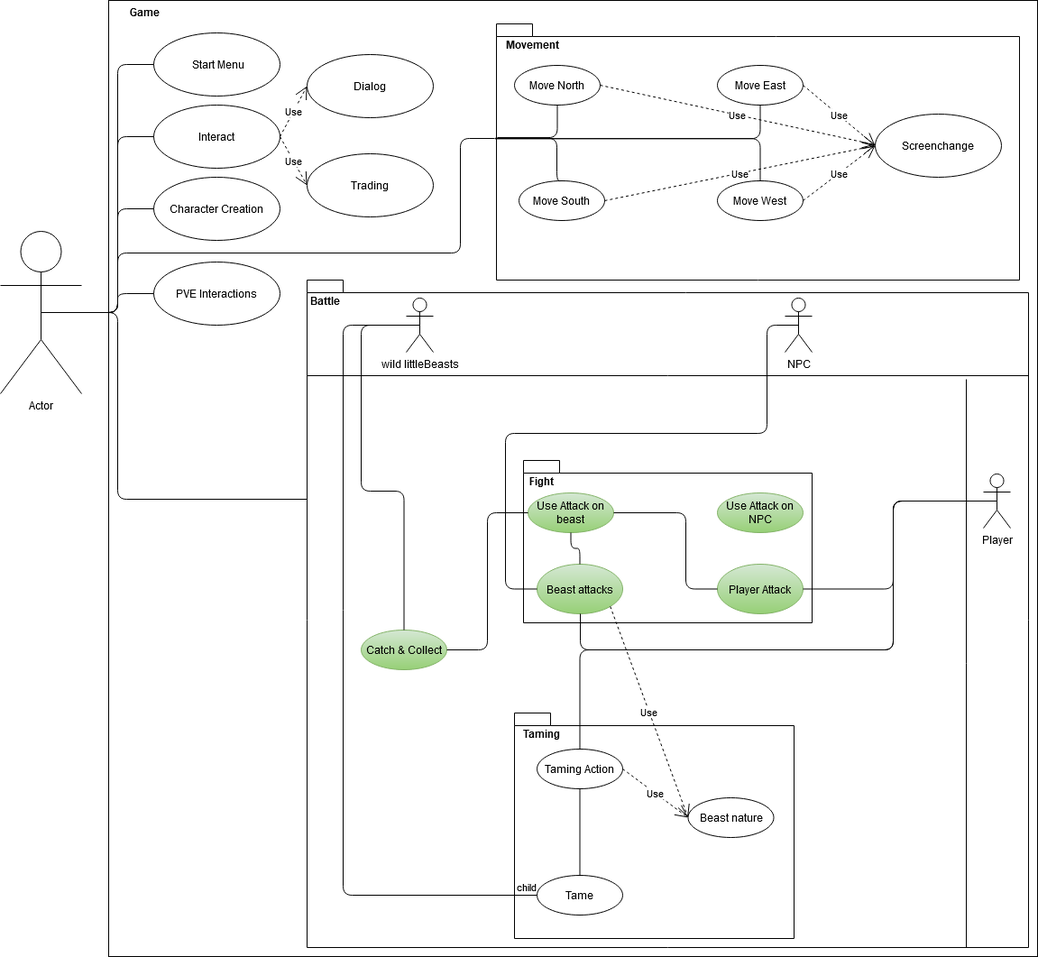
Before: useCases/diagrams/use_cases.png, a diagram exported from draw.io (LittleBeasts/documentation). Source tidied: cells renumbered, new cells last; positions are measured from the earlier drawing's top-left corner, leaving out a move shared by most shapes.
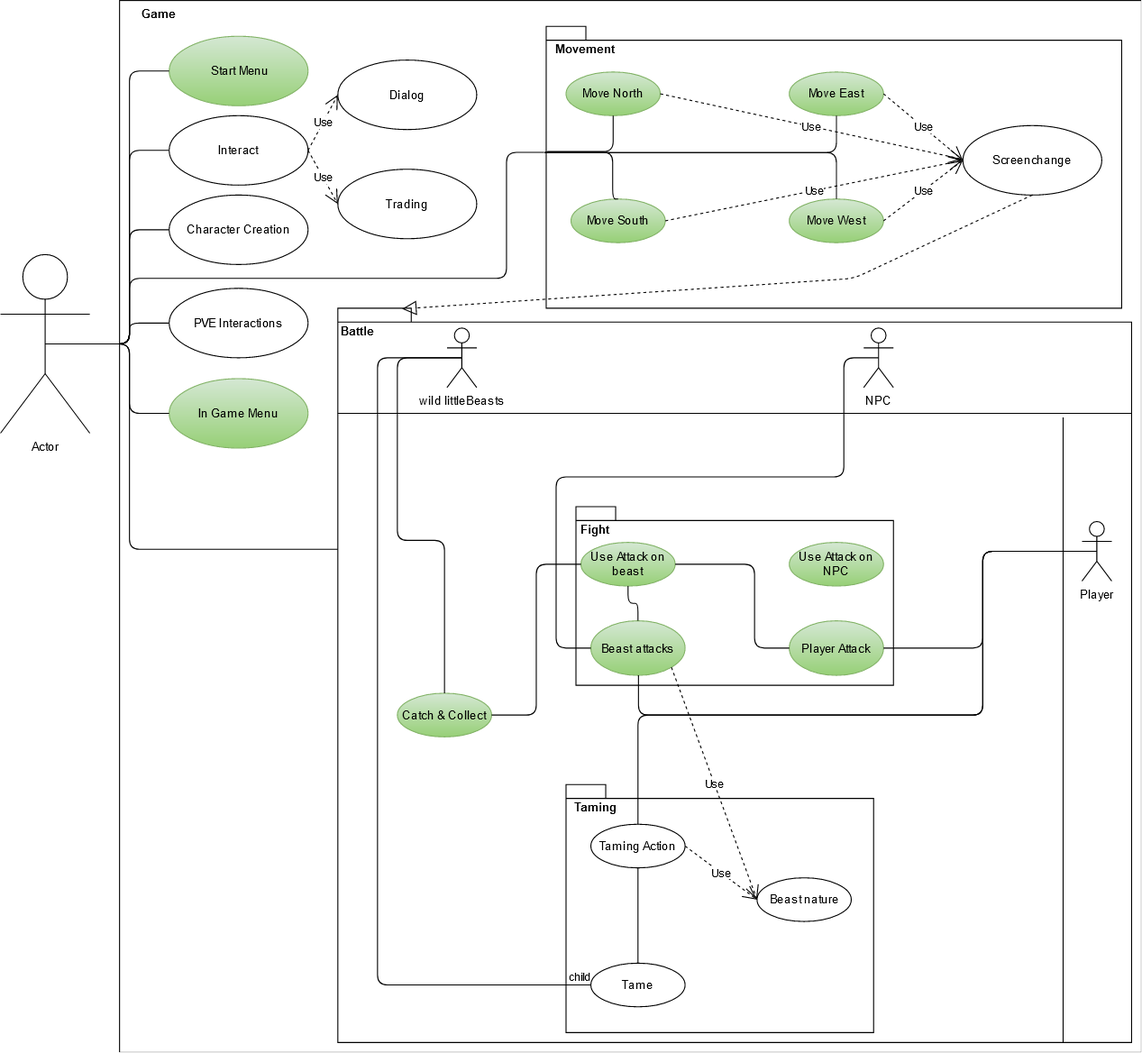
The same file after the commit.

Change to the diagram source:
```diff
@@ -5,13 +5,13 @@
     <mxCell id="2" value="Actor" style="shape=umlActor;verticalLabelPosition=bottom;verticalAlign=top;html=1;outlineConnect=0;" parent="1" vertex="1">
       <mxGeometry y="256" width="90" height="180" as="geometry" />
     </mxCell>
-    <mxCell id="3" style="html=1;" parent="1" vertex="1">
+    <mxCell id="3" value="d" style="html=1;" parent="1" vertex="1">
       <mxGeometry x="120" width="1030" height="1060" as="geometry" />
     </mxCell>
     <mxCell id="4" value="Game" style="text;align=center;fontStyle=1;verticalAlign=middle;spacingLeft=3;spacingRight=3;strokeColor=none;" parent="1" vertex="1">
       <mxGeometry x="120" width="80" height="26" as="geometry" />
     </mxCell>
-    <mxCell id="5" value="&lt;div&gt;&amp;nbsp;Start Menu&lt;/div&gt;" style="ellipse;whiteSpace=wrap;html=1;" parent="1" vertex="1">
+    <mxCell id="5" value="&lt;div&gt;&amp;nbsp;Start Menu&lt;/div&gt;" style="ellipse;whiteSpace=wrap;html=1;gradientColor=#97d077;fillColor=#d5e8d4;strokeColor=#82b366;" parent="1" vertex="1">
       <mxGeometry x="170" y="36" width="140" height="70" as="geometry" />
     </mxCell>
     <mxCell id="6" style="endArrow=none;html=1;edgeStyle=orthogonalEdgeStyle;entryX=0;entryY=0.5;entryDx=0;entryDy=0;" parent="1" edge="1" source="2" target="5">
@@ -197,16 +197,16 @@
     <mxCell id="49" style="shape=folder;fontStyle=1;spacingTop=10;tabWidth=40;tabHeight=14;tabPosition=left;html=1;" parent="1" vertex="1">
       <mxGeometry x="550" y="26" width="580" height="284" as="geometry" />
     </mxCell>
-    <mxCell id="50" value="Move North" style="ellipse;whiteSpace=wrap;html=1;" parent="1" vertex="1">
+    <mxCell id="50" value="Move North" style="ellipse;whiteSpace=wrap;html=1;fillColor=#d5e8d4;strokeColor=#82b366;gradientColor=#97d077;" parent="1" vertex="1">
       <mxGeometry x="570" y="72" width="95" height="44" as="geometry" />
     </mxCell>
-    <mxCell id="51" value="Move South" style="ellipse;whiteSpace=wrap;html=1;" parent="1" vertex="1">
+    <mxCell id="51" value="Move South" style="ellipse;whiteSpace=wrap;html=1;gradientColor=#97d077;fillColor=#d5e8d4;strokeColor=#82b366;" parent="1" vertex="1">
       <mxGeometry x="575" y="200" width="95" height="44" as="geometry" />
     </mxCell>
-    <mxCell id="52" value="Move East" style="ellipse;whiteSpace=wrap;html=1;" parent="1" vertex="1">
+    <mxCell id="52" value="Move East" style="ellipse;whiteSpace=wrap;html=1;gradientColor=#97d077;fillColor=#d5e8d4;strokeColor=#82b366;" parent="1" vertex="1">
       <mxGeometry x="795" y="72" width="95" height="44" as="geometry" />
     </mxCell>
-    <mxCell id="53" value="Move West" style="ellipse;whiteSpace=wrap;html=1;" parent="1" vertex="1">
+    <mxCell id="53" value="Move West" style="ellipse;whiteSpace=wrap;html=1;gradientColor=#97d077;fillColor=#d5e8d4;strokeColor=#82b366;" parent="1" vertex="1">
       <mxGeometry x="795" y="200" width="95" height="44" as="geometry" />
     </mxCell>
     <mxCell id="54" value="Screenchange" style="ellipse;whiteSpace=wrap;html=1;" parent="1" vertex="1">
@@ -275,5 +275,23 @@
     <mxCell id="66" style="edgeStyle=orthogonalEdgeStyle;rounded=0;orthogonalLoop=1;jettySize=auto;html=1;exitX=0.5;exitY=1;exitDx=0;exitDy=0;exitPerimeter=0;" parent="1" edge="1" source="17" target="17">
       <mxGeometry relative="1" as="geometry" />
     </mxCell>
+    <mxCell id="67" style="endArrow=block;dashed=1;endFill=0;endSize=12;html=1;exitX=0.5;exitY=1;exitDx=0;exitDy=0;entryX=0.081;entryY=0.001;entryDx=0;entryDy=0;entryPerimeter=0;" parent="1" edge="1" source="54" target="17">
+      <mxGeometry relative="1" as="geometry">
+        <Array as="points">
+          <mxPoint x="860" y="280" />
+        </Array>
+      </mxGeometry>
+    </mxCell>
+    <mxCell id="68" value="In Game Menu" style="ellipse;whiteSpace=wrap;html=1;strokeColor=#82b366;fillColor=#d5e8d4;gradientColor=#97d077;" parent="1" vertex="1">
+      <mxGeometry x="170" y="381" width="140" height="70" as="geometry" />
+    </mxCell>
+    <mxCell id="69" style="endArrow=none;html=1;edgeStyle=orthogonalEdgeStyle;exitX=0.5;exitY=0.5;exitDx=0;exitDy=0;exitPerimeter=0;entryX=0;entryY=0.5;entryDx=0;entryDy=0;" parent="1" edge="1" source="2" target="68">
+      <mxGeometry relative="1" as="geometry">
+        <Array as="points">
+          <mxPoint x="130" y="346" />
+          <mxPoint x="130" y="416" />
+        </Array>
+      </mxGeometry>
+    </mxCell>
   </root>
 </mxGraphModel>
```
